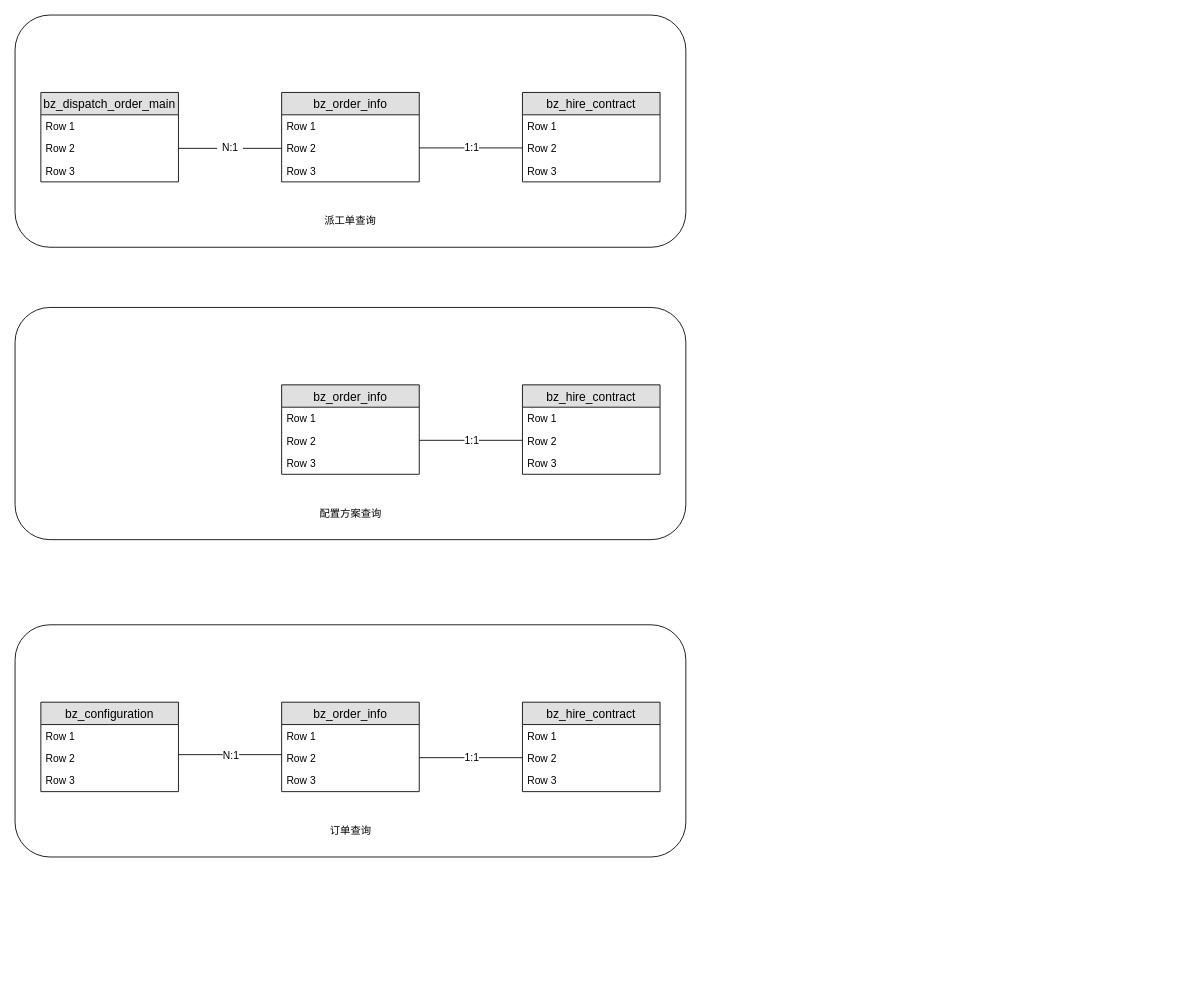
This is db2es.drawio from alice45/x, a draw.io file, before an edit. Source tidied: cells renumbered, new cells numbered last; positions are measured from the earlier drawing's top-left corner, leaving out a move shared by most shapes. Both pictures are drawn from the tidied source at 86%, with x=0, y=0 at pixel (15, 15).
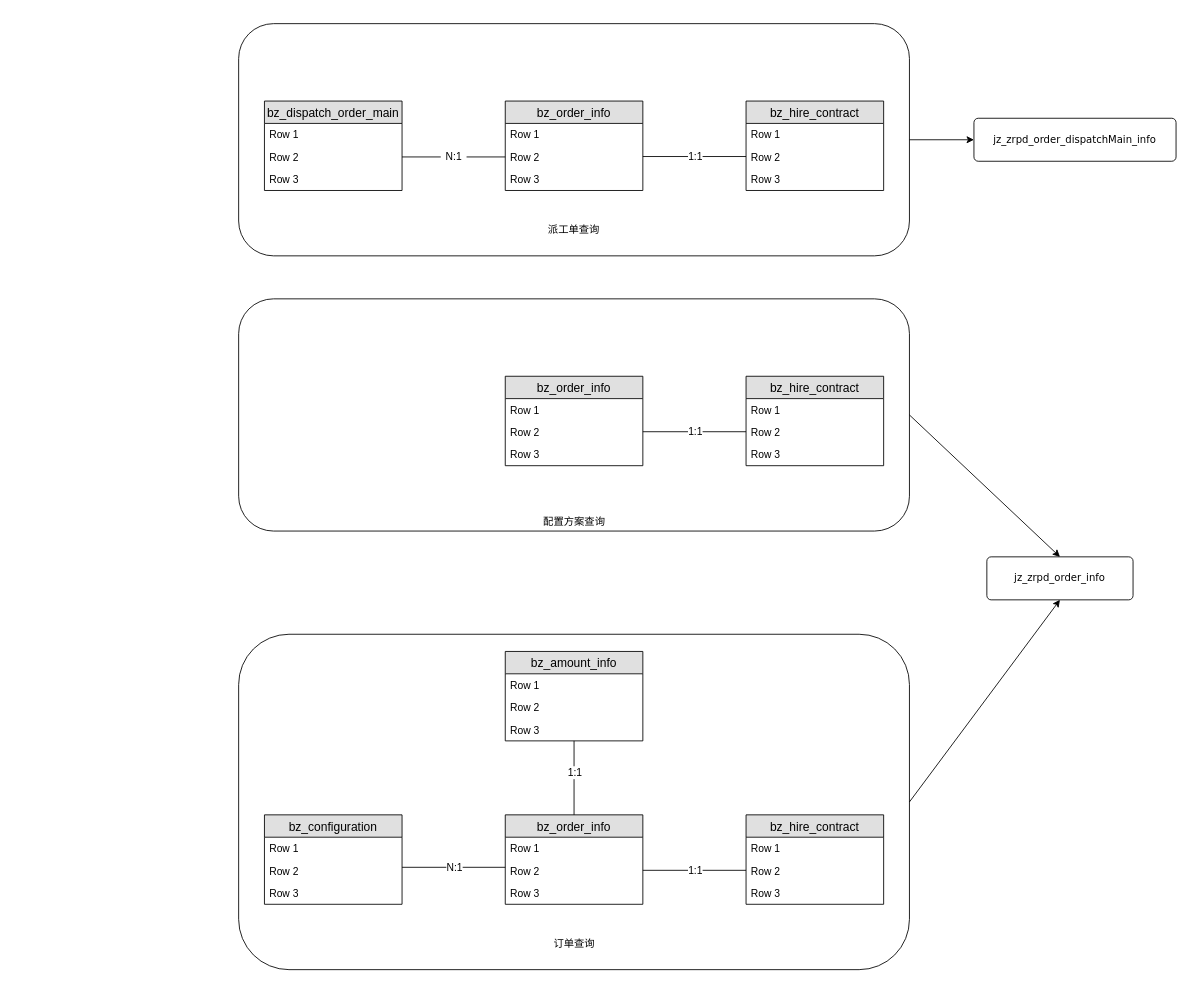
The same diagram, later.

Change to the diagram source:
```diff
@@
     <mxCell id="2" style="rounded=1;whiteSpace=wrap;html=1;" parent="1" vertex="1">
-      <mxGeometry width="780" height="270" as="geometry" />
+      <mxGeometry x="260" y="10" width="780" height="270" as="geometry" />
     </mxCell>
     <mxCell id="3" value="bz_order_info" style="swimlane;fontStyle=0;horizontal=1;startSize=26;fillColor=#e0e0e0;swimlaneFillColor=#ffffff;align=center;fontSize=14;" parent="1" vertex="1">
-      <mxGeometry x="310" y="90" width="160" height="104" as="geometry" />
+      <mxGeometry x="570" y="100" width="160" height="104" as="geometry" />
     </mxCell>
@@
     <mxCell id="7" value="bz_hire_contract" style="swimlane;fontStyle=0;horizontal=1;startSize=26;fillColor=#e0e0e0;swimlaneFillColor=#ffffff;align=center;fontSize=14;" parent="1" vertex="1">
-      <mxGeometry x="590" y="90" width="160" height="104" as="geometry" />
+      <mxGeometry x="850" y="100" width="160" height="104" as="geometry" />
     </mxCell>
@@
     <mxCell id="11" value="bz_dispatch_order_main" style="swimlane;fontStyle=0;horizontal=1;startSize=26;fillColor=#e0e0e0;swimlaneFillColor=#ffffff;align=center;fontSize=14;" parent="1" vertex="1">
-      <mxGeometry x="30" y="90" width="160" height="104" as="geometry" />
+      <mxGeometry x="290" y="100" width="160" height="104" as="geometry" />
     </mxCell>
@@
     <mxCell id="15" style="endArrow=none;html=1;rounded=0;entryX=0;entryY=0.5;entryDx=0;entryDy=0;exitX=1;exitY=0.5;exitDx=0;exitDy=0;" parent="1" edge="1">
       <mxGeometry relative="1" as="geometry">
-        <mxPoint x="470" y="154.5" as="sourcePoint" />
-        <mxPoint x="590" y="154.5" as="targetPoint" />
+        <mxPoint x="730" y="164.5" as="sourcePoint" />
+        <mxPoint x="850" y="164.5" as="targetPoint" />
       </mxGeometry>
     </mxCell>
@@
     <mxCell id="18" value="N:1" style="text;html=1;align=center;verticalAlign=middle;points=[];" parent="1" vertex="1">
-      <mxGeometry x="235" y="145" width="30" height="20" as="geometry" />
+      <mxGeometry x="495" y="155" width="30" height="20" as="geometry" />
     </mxCell>
@@
     <mxCell id="20" value="派工单查询" style="text;html=1;strokeColor=none;fillColor=none;align=center;verticalAlign=middle;whiteSpace=wrap;rounded=0;" parent="1" vertex="1">
-      <mxGeometry x="355" y="230" width="70" height="20" as="geometry" />
+      <mxGeometry x="615" y="240" width="70" height="20" as="geometry" />
     </mxCell>
     <mxCell id="21" style="rounded=1;whiteSpace=wrap;html=1;" parent="1" vertex="1">
-      <mxGeometry y="340" width="780" height="270" as="geometry" />
+      <mxGeometry x="260" y="330" width="780" height="270" as="geometry" />
     </mxCell>
     <mxCell id="22" value="bz_order_info" style="swimlane;fontStyle=0;horizontal=1;startSize=26;fillColor=#e0e0e0;swimlaneFillColor=#ffffff;align=center;fontSize=14;" parent="1" vertex="1">
-      <mxGeometry x="310" y="430" width="160" height="104" as="geometry" />
+      <mxGeometry x="570" y="420" width="160" height="104" as="geometry" />
     </mxCell>
@@
     <mxCell id="26" value="bz_hire_contract" style="swimlane;fontStyle=0;horizontal=1;startSize=26;fillColor=#e0e0e0;swimlaneFillColor=#ffffff;align=center;fontSize=14;" parent="1" vertex="1">
-      <mxGeometry x="590" y="430" width="160" height="104" as="geometry" />
+      <mxGeometry x="850" y="420" width="160" height="104" as="geometry" />
     </mxCell>
@@
     <mxCell id="30" style="endArrow=none;html=1;rounded=0;entryX=0;entryY=0.5;entryDx=0;entryDy=0;exitX=1;exitY=0.5;exitDx=0;exitDy=0;" parent="1" edge="1">
       <mxGeometry relative="1" as="geometry">
-        <mxPoint x="470" y="494.5" as="sourcePoint" />
-        <mxPoint x="590" y="494.5" as="targetPoint" />
+        <mxPoint x="730" y="484.5" as="sourcePoint" />
+        <mxPoint x="850" y="484.5" as="targetPoint" />
       </mxGeometry>
     </mxCell>
@@
     <mxCell id="32" value="配置方案查询" style="text;html=1;strokeColor=none;fillColor=none;align=center;verticalAlign=middle;whiteSpace=wrap;rounded=0;" parent="1" vertex="1">
-      <mxGeometry x="347.5" y="570" width="85" height="20" as="geometry" />
+      <mxGeometry x="607.5" y="580" width="85" height="20" as="geometry" />
     </mxCell>
     <mxCell id="33" style="rounded=1;whiteSpace=wrap;html=1;" parent="1" vertex="1">
-      <mxGeometry y="709" width="780" height="270" as="geometry" />
+      <mxGeometry x="260" y="720" width="780" height="390" as="geometry" />
     </mxCell>
     <mxCell id="34" value="bz_order_info" style="swimlane;fontStyle=0;horizontal=1;startSize=26;fillColor=#e0e0e0;swimlaneFillColor=#ffffff;align=center;fontSize=14;" parent="1" vertex="1">
-      <mxGeometry x="310" y="799" width="160" height="104" as="geometry" />
+      <mxGeometry x="570" y="930" width="160" height="104" as="geometry" />
     </mxCell>
@@
     <mxCell id="38" value="bz_hire_contract" style="swimlane;fontStyle=0;horizontal=1;startSize=26;fillColor=#e0e0e0;swimlaneFillColor=#ffffff;align=center;fontSize=14;" parent="1" vertex="1">
-      <mxGeometry x="590" y="799" width="160" height="104" as="geometry" />
+      <mxGeometry x="850" y="930" width="160" height="104" as="geometry" />
     </mxCell>
@@
     <mxCell id="42" style="endArrow=none;html=1;rounded=0;entryX=0;entryY=0.5;entryDx=0;entryDy=0;exitX=1;exitY=0.5;exitDx=0;exitDy=0;" parent="1" edge="1">
       <mxGeometry relative="1" as="geometry">
-        <mxPoint x="470" y="863.5" as="sourcePoint" />
-        <mxPoint x="590" y="863.5" as="targetPoint" />
+        <mxPoint x="730" y="994.5" as="sourcePoint" />
+        <mxPoint x="850" y="994.5" as="targetPoint" />
       </mxGeometry>
     </mxCell>
@@
     <mxCell id="44" value="订单查询" style="text;html=1;strokeColor=none;fillColor=none;align=center;verticalAlign=middle;whiteSpace=wrap;rounded=0;" parent="1" vertex="1">
-      <mxGeometry x="347.5" y="939" width="85" height="20" as="geometry" />
+      <mxGeometry x="607.5" y="1070" width="85" height="20" as="geometry" />
     </mxCell>
     <mxCell id="45" value="bz_configuration" style="swimlane;fontStyle=0;horizontal=1;startSize=26;fillColor=#e0e0e0;swimlaneFillColor=#ffffff;align=center;fontSize=14;" parent="1" vertex="1">
-      <mxGeometry x="30" y="799" width="160" height="104" as="geometry" />
+      <mxGeometry x="290" y="930" width="160" height="104" as="geometry" />
     </mxCell>
@@
     <mxCell id="49" style="endArrow=none;html=1;rounded=0;entryX=0;entryY=0.5;entryDx=0;entryDy=0;exitX=1;exitY=0.5;exitDx=0;exitDy=0;" parent="1" edge="1">
       <mxGeometry relative="1" as="geometry">
-        <mxPoint x="190" y="860" as="sourcePoint" />
-        <mxPoint x="310" y="860" as="targetPoint" />
+        <mxPoint x="450" y="991" as="sourcePoint" />
+        <mxPoint x="570" y="991" as="targetPoint" />
       </mxGeometry>
     </mxCell>
@@
+    <mxCell id="51" value="bz_amount_info" style="swimlane;fontStyle=0;horizontal=1;startSize=26;fillColor=#e0e0e0;swimlaneFillColor=#ffffff;align=center;fontSize=14;" parent="1" vertex="1">
+      <mxGeometry x="570" y="740" width="160" height="104" as="geometry" />
+    </mxCell>
+    <mxCell id="52" value="Row 1" style="text;strokeColor=none;fillColor=none;spacingLeft=4;spacingRight=4;overflow=hidden;fontSize=12;" parent="51" vertex="1">
+      <mxGeometry y="26" width="160" height="26" as="geometry" />
+    </mxCell>
+    <mxCell id="53" value="Row 2" style="text;strokeColor=none;fillColor=none;spacingLeft=4;spacingRight=4;overflow=hidden;fontSize=12;" parent="51" vertex="1">
+      <mxGeometry y="52" width="160" height="26" as="geometry" />
+    </mxCell>
+    <mxCell id="54" value="Row 3" style="text;strokeColor=none;fillColor=none;spacingLeft=4;spacingRight=4;overflow=hidden;points=[[0,0.5],[1,0.5]];portConstraint=eastwest;fontSize=12;" parent="51" vertex="1">
+      <mxGeometry y="78" width="160" height="26" as="geometry" />
+    </mxCell>
+    <mxCell id="55" style="endArrow=none;html=1;rounded=0;entryX=0.5;entryY=0;entryDx=0;entryDy=0;" parent="1" edge="1" source="54" target="34">
+      <mxGeometry relative="1" as="geometry" />
+    </mxCell>
+    <mxCell id="56" value="1:1" style="text;html=1;align=center;verticalAlign=middle;labelBackgroundColor=#ffffff;" parent="55" vertex="1">
+      <mxGeometry x="-0.42" y="-3" relative="1" as="geometry">
+        <mxPoint x="3" y="11" as="offset" />
+      </mxGeometry>
+    </mxCell>
+    <mxCell id="57" value="&lt;span style=&quot;font-family: &amp;#34;verdana&amp;#34; , sans-serif ; font-size: 11.68px ; white-space: normal ; background-color: rgb(255 , 255 , 255)&quot;&gt;jz_zrpd_order_info&lt;/span&gt;" style="rounded=1;arcSize=10;whiteSpace=wrap;html=1;align=center;" parent="1" vertex="1">
+      <mxGeometry x="1130" y="630" width="170" height="50" as="geometry" />
+    </mxCell>
+    <mxCell id="58" style="endArrow=classic;html=1;exitX=1;exitY=0.5;exitDx=0;exitDy=0;entryX=0.5;entryY=0;entryDx=0;entryDy=0;" parent="1" edge="1" source="21" target="57">
+      <mxGeometry relative="1" as="geometry" />
+    </mxCell>
+    <mxCell id="59" style="endArrow=classic;html=1;exitX=1;exitY=0.5;exitDx=0;exitDy=0;entryX=0.5;entryY=1;entryDx=0;entryDy=0;" parent="1" edge="1" source="33" target="57">
+      <mxGeometry relative="1" as="geometry" />
+    </mxCell>
+    <mxCell id="60" value="&lt;span style=&quot;font-family: &amp;#34;verdana&amp;#34; , sans-serif ; font-size: 11.68px ; white-space: normal ; background-color: rgb(255 , 255 , 255)&quot;&gt;jz_zrpd_order_&lt;/span&gt;&lt;span style=&quot;font-family: &amp;#34;verdana&amp;#34; , sans-serif ; font-size: 11.68px ; background-color: rgb(255 , 255 , 255)&quot;&gt;dispatchMain_i&lt;/span&gt;&lt;span style=&quot;font-family: &amp;#34;verdana&amp;#34; , sans-serif ; font-size: 11.68px ; white-space: normal ; background-color: rgb(255 , 255 , 255)&quot;&gt;nfo&lt;/span&gt;" style="rounded=1;arcSize=10;whiteSpace=wrap;html=1;align=center;" parent="1" vertex="1">
+      <mxGeometry x="1115" y="120" width="235" height="50" as="geometry" />
+    </mxCell>
+    <mxCell id="61" style="endArrow=classic;html=1;exitX=1;exitY=0.5;exitDx=0;exitDy=0;entryX=0;entryY=0.5;entryDx=0;entryDy=0;" parent="1" edge="1" source="2" target="60">
+      <mxGeometry relative="1" as="geometry" />
+    </mxCell>
```
